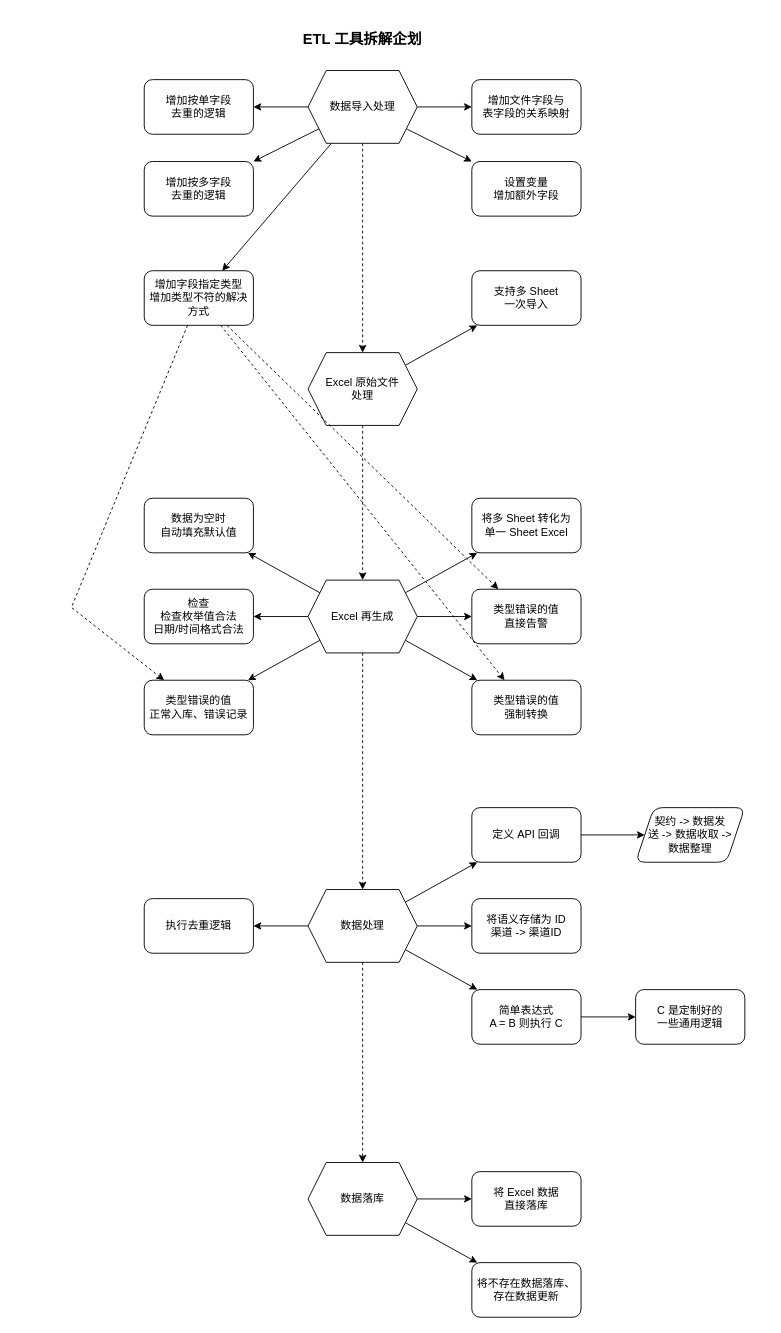
This is page "Golang'ETL" (8 of 8) of 结构分析.drawio from uiosun/diagrams, a draw.io file, before an edit. Source tidied: cells renumbered, new cells numbered last; positions are measured from the earlier drawing's top-left corner, leaving out a move shared by most shapes. Both pictures are drawn from the tidied source at 91%, with x=0, y=0 at pixel (71, 25).
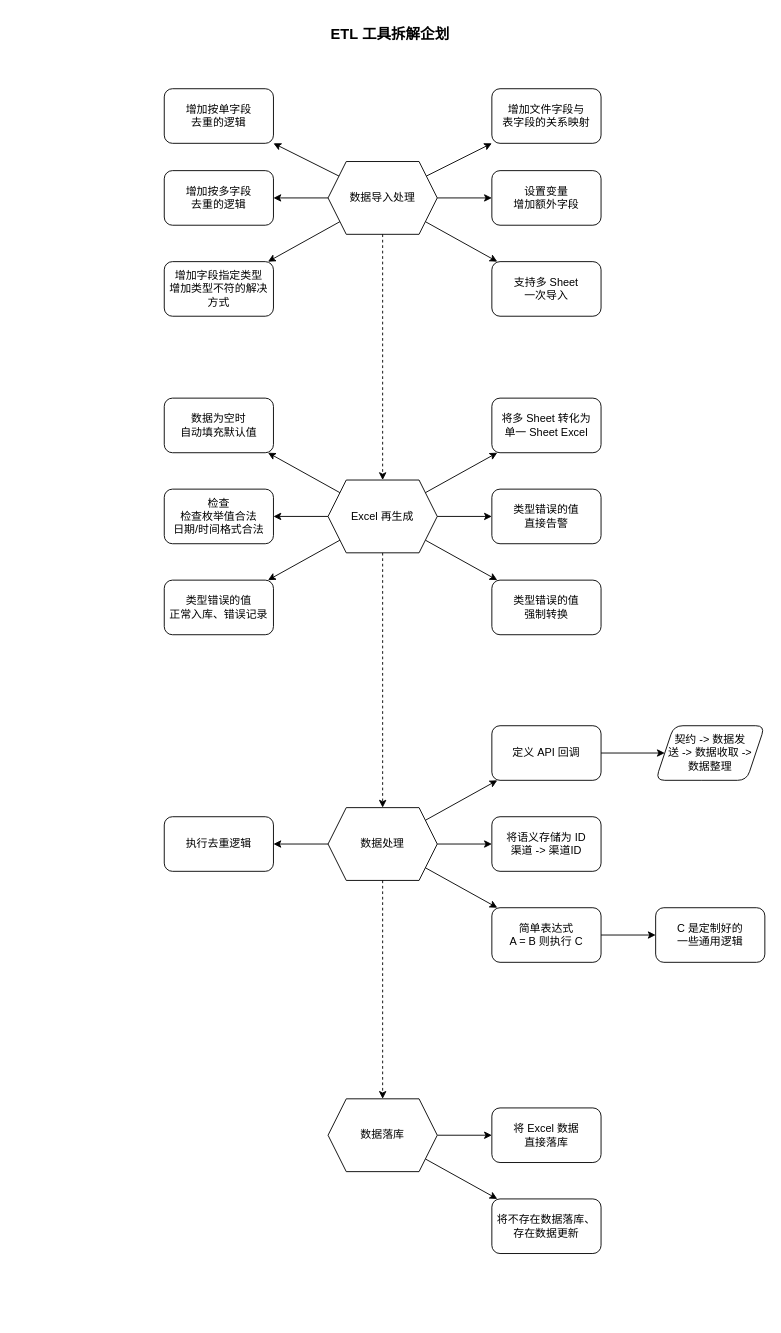
After the change.

Commit message:
ETL 规划更新

Change to the diagram source:
```diff
@@
     <mxCell id="4" value="&lt;font style=&quot;font-size: 16px;&quot;&gt;&lt;b&gt;ETL 工具拆解企划&lt;/b&gt;&lt;/font&gt;" style="text;html=1;strokeColor=none;fillColor=none;align=center;verticalAlign=middle;whiteSpace=wrap;rounded=0;" parent="1" vertex="1">
-      <mxGeometry x="25" width="590" height="30" as="geometry" />
+      <mxGeometry x="-61" y="-10" width="823" height="40" as="geometry" />
     </mxCell>
     <mxCell id="5" value="契约 -&amp;gt; 数据发&lt;br&gt;送 -&amp;gt; 数据收取 -&amp;gt;&lt;br&gt;数据整理" style="shape=parallelogram;perimeter=parallelogramPerimeter;whiteSpace=wrap;html=1;fixedSize=1;rounded=1;" parent="1" vertex="1">
-      <mxGeometry x="620" y="860" width="120" height="60" as="geometry" />
+      <mxGeometry x="642" y="770" width="120" height="60" as="geometry" />
     </mxCell>
     <mxCell id="6" value="设置变量&lt;br&gt;增加额外字段" style="rounded=1;whiteSpace=wrap;html=1;" parent="1" vertex="1">
-      <mxGeometry x="440" y="150" width="120" height="60" as="geometry" />
+      <mxGeometry x="462" y="160" width="120" height="60" as="geometry" />
     </mxCell>
     <mxCell id="7" value="执行去重逻辑" style="rounded=1;whiteSpace=wrap;html=1;" parent="1" vertex="1">
-      <mxGeometry x="80" y="960" width="120" height="60" as="geometry" />
+      <mxGeometry x="102" y="870" width="120" height="60" as="geometry" />
     </mxCell>
@@
     <mxCell id="9" value="简单表达式&lt;br&gt;A = B 则执行 C" style="rounded=1;whiteSpace=wrap;html=1;" parent="1" vertex="1">
-      <mxGeometry x="440" y="1060" width="120" height="60" as="geometry" />
+      <mxGeometry x="462" y="970" width="120" height="60" as="geometry" />
     </mxCell>
     <mxCell id="10" value="C 是定制好的&lt;br&gt;一些通用逻辑" style="rounded=1;whiteSpace=wrap;html=1;" parent="1" vertex="1">
-      <mxGeometry x="620" y="1060" width="120" height="60" as="geometry" />
+      <mxGeometry x="642" y="970" width="120" height="60" as="geometry" />
     </mxCell>
@@
     <mxCell id="12" value="定义 API 回调" style="rounded=1;whiteSpace=wrap;html=1;" parent="1" vertex="1">
-      <mxGeometry x="440" y="860" width="120" height="60" as="geometry" />
+      <mxGeometry x="462" y="770" width="120" height="60" as="geometry" />
     </mxCell>
     <mxCell id="13" value="&lt;div&gt;将语义存储为 ID&lt;/div&gt;&lt;div&gt;渠道 -&amp;gt; 渠道ID&lt;/div&gt;" style="rounded=1;whiteSpace=wrap;html=1;" parent="1" vertex="1">
-      <mxGeometry x="440" y="960" width="120" height="60" as="geometry" />
+      <mxGeometry x="462" y="870" width="120" height="60" as="geometry" />
     </mxCell>
@@
     <mxCell id="16" value="&lt;font style=&quot;font-size: 12px;&quot;&gt;数据处理&lt;/font&gt;" style="shape=hexagon;perimeter=hexagonPerimeter2;whiteSpace=wrap;html=1;fixedSize=1;fontFamily=Helvetica;fontSize=11;fontColor=default;" parent="1" vertex="1">
-      <mxGeometry x="260" y="950" width="120" height="80" as="geometry" />
+      <mxGeometry x="282" y="860" width="120" height="80" as="geometry" />
     </mxCell>
@@
-    <mxCell id="18" style="edgeStyle=none;shape=connector;rounded=0;jettySize=auto;html=1;labelBackgroundColor=default;strokeColor=default;fontFamily=Helvetica;fontSize=12;fontColor=default;endArrow=classic;" parent="1" edge="1" source="20" target="23">
+    <mxCell id="18" style="edgeStyle=none;shape=connector;rounded=0;jettySize=auto;html=1;labelBackgroundColor=default;strokeColor=default;fontFamily=Helvetica;fontSize=12;fontColor=default;endArrow=classic;" parent="1" edge="1" source="50" target="23">
       <mxGeometry relative="1" as="geometry" />
     </mxCell>
@@
-    <mxCell id="20" value="&lt;font style=&quot;font-size: 12px;&quot;&gt;Excel 原始文件&lt;br&gt;处理&lt;/font&gt;" style="shape=hexagon;perimeter=hexagonPerimeter2;whiteSpace=wrap;html=1;fixedSize=1;fontFamily=Helvetica;fontSize=11;fontColor=default;" parent="1" vertex="1">
-      <mxGeometry x="260" y="360" width="120" height="80" as="geometry" />
-    </mxCell>
@@
     <mxCell id="22" value="增加文件字段与&lt;br&gt;表字段的关系映射" style="rounded=1;whiteSpace=wrap;html=1;" parent="1" vertex="1">
-      <mxGeometry x="440" y="60" width="120" height="60" as="geometry" />
+      <mxGeometry x="462" y="70" width="120" height="60" as="geometry" />
     </mxCell>
     <mxCell id="23" value="支持多 Sheet&lt;br&gt;一次导入" style="rounded=1;whiteSpace=wrap;html=1;" parent="1" vertex="1">
-      <mxGeometry x="440" y="270" width="120" height="60" as="geometry" />
+      <mxGeometry x="462" y="260" width="120" height="60" as="geometry" />
     </mxCell>
-    <mxCell id="24" style="edgeStyle=none;shape=connector;rounded=0;jettySize=auto;html=1;labelBackgroundColor=default;strokeColor=default;fontFamily=Helvetica;fontSize=12;fontColor=default;endArrow=classic;dashed=1;" parent="1" edge="1" source="27" target="37">
-      <mxGeometry relative="1" as="geometry" />
-    </mxCell>
-    <mxCell id="25" style="edgeStyle=none;shape=connector;rounded=0;jettySize=auto;html=1;labelBackgroundColor=default;strokeColor=default;fontFamily=Helvetica;fontSize=12;fontColor=default;endArrow=classic;dashed=1;" parent="1" edge="1" source="27" target="38">
-      <mxGeometry relative="1" as="geometry" />
-    </mxCell>
-    <mxCell id="26" style="edgeStyle=none;shape=connector;rounded=0;jettySize=auto;html=1;labelBackgroundColor=default;strokeColor=default;fontFamily=Helvetica;fontSize=12;fontColor=default;endArrow=classic;dashed=1;" parent="1" edge="1" source="27" target="54">
-      <mxGeometry relative="1" as="geometry">
-        <Array as="points">
-          <mxPoint y="640" />
-        </Array>
-      </mxGeometry>
-    </mxCell>
     <mxCell id="27" value="增加字段指定类型&lt;br&gt;增加类型不符的解决方式" style="rounded=1;whiteSpace=wrap;html=1;fontFamily=Helvetica;fontSize=12;fontColor=default;" parent="1" vertex="1">
-      <mxGeometry x="80" y="270" width="120" height="60" as="geometry" />
+      <mxGeometry x="102" y="260" width="120" height="60" as="geometry" />
     </mxCell>
@@
     <mxCell id="32" value="&lt;font style=&quot;font-size: 12px;&quot;&gt;Excel 再生成&lt;/font&gt;" style="shape=hexagon;perimeter=hexagonPerimeter2;whiteSpace=wrap;html=1;fixedSize=1;fontFamily=Helvetica;fontSize=11;fontColor=default;" parent="1" vertex="1">
-      <mxGeometry x="260" y="610" width="120" height="80" as="geometry" />
+      <mxGeometry x="282" y="500" width="120" height="80" as="geometry" />
     </mxCell>
-    <mxCell id="33" style="edgeStyle=none;shape=connector;rounded=0;jettySize=auto;html=1;labelBackgroundColor=default;strokeColor=default;fontFamily=Helvetica;fontSize=12;fontColor=default;endArrow=classic;dashed=1;" parent="1" edge="1" source="20" target="32">
-      <mxGeometry relative="1" as="geometry" />
-    </mxCell>
@@
     <mxCell id="36" value="将多 Sheet 转化为&lt;br&gt;单一 Sheet&amp;nbsp;Excel" style="rounded=1;whiteSpace=wrap;html=1;" parent="1" vertex="1">
-      <mxGeometry x="440" y="520" width="120" height="60" as="geometry" />
+      <mxGeometry x="462" y="410" width="120" height="60" as="geometry" />
     </mxCell>
     <mxCell id="37" value="&lt;div&gt;类型错误&lt;span style=&quot;background-color: initial;&quot;&gt;的值&lt;/span&gt;&lt;/div&gt;&lt;div&gt;直接告警&lt;br&gt;&lt;/div&gt;" style="rounded=1;whiteSpace=wrap;html=1;" parent="1" vertex="1">
-      <mxGeometry x="440" y="620" width="120" height="60" as="geometry" />
+      <mxGeometry x="462" y="510" width="120" height="60" as="geometry" />
     </mxCell>
     <mxCell id="38" value="&lt;div&gt;&lt;/div&gt;类型错误的值&lt;br&gt;强制转换" style="rounded=1;whiteSpace=wrap;html=1;" parent="1" vertex="1">
-      <mxGeometry x="440" y="720" width="120" height="60" as="geometry" />
+      <mxGeometry x="462" y="610" width="120" height="60" as="geometry" />
     </mxCell>
     <mxCell id="39" value="数据为空时&lt;br&gt;自动填充默认值&lt;div&gt;&lt;/div&gt;" style="rounded=1;whiteSpace=wrap;html=1;" parent="1" vertex="1">
-      <mxGeometry x="80" y="520" width="120" height="60" as="geometry" />
+      <mxGeometry x="102" y="410" width="120" height="60" as="geometry" />
     </mxCell>
     <mxCell id="40" value="检查&lt;br&gt;检查枚举值合法&lt;br&gt;日期/时间格式合法&lt;div&gt;&lt;/div&gt;" style="rounded=1;whiteSpace=wrap;html=1;" parent="1" vertex="1">
-      <mxGeometry x="80" y="620" width="120" height="60" as="geometry" />
+      <mxGeometry x="102" y="510" width="120" height="60" as="geometry" />
     </mxCell>
@@
     <mxCell id="43" value="将 Excel 数据&lt;br&gt;直接落库" style="rounded=1;whiteSpace=wrap;html=1;" parent="1" vertex="1">
-      <mxGeometry x="440" y="1260" width="120" height="60" as="geometry" />
+      <mxGeometry x="462" y="1190" width="120" height="60" as="geometry" />
     </mxCell>
     <mxCell id="44" value="将不存在数据落库、存在数据更新" style="rounded=1;whiteSpace=wrap;html=1;" parent="1" vertex="1">
-      <mxGeometry x="440" y="1360" width="120" height="60" as="geometry" />
+      <mxGeometry x="462" y="1290" width="120" height="60" as="geometry" />
     </mxCell>
     <mxCell id="45" value="&lt;font style=&quot;font-size: 12px;&quot;&gt;数据落库&lt;/font&gt;" style="shape=hexagon;perimeter=hexagonPerimeter2;whiteSpace=wrap;html=1;fixedSize=1;fontFamily=Helvetica;fontSize=11;fontColor=default;" parent="1" vertex="1">
-      <mxGeometry x="260" y="1250" width="120" height="80" as="geometry" />
+      <mxGeometry x="282" y="1180" width="120" height="80" as="geometry" />
     </mxCell>
@@
     <mxCell id="50" value="&lt;span style=&quot;font-size: 12px;&quot;&gt;数据导入处理&lt;/span&gt;" style="shape=hexagon;perimeter=hexagonPerimeter2;whiteSpace=wrap;html=1;fixedSize=1;fontFamily=Helvetica;fontSize=11;fontColor=default;" parent="1" vertex="1">
-      <mxGeometry x="260" y="50" width="120" height="80" as="geometry" />
+      <mxGeometry x="282" y="150" width="120" height="80" as="geometry" />
     </mxCell>
-    <mxCell id="51" style="edgeStyle=none;shape=connector;rounded=0;jettySize=auto;html=1;labelBackgroundColor=default;strokeColor=default;fontFamily=Helvetica;fontSize=12;fontColor=default;endArrow=classic;dashed=1;" parent="1" edge="1" source="50" target="20">
+    <mxCell id="51" style="edgeStyle=none;shape=connector;rounded=0;jettySize=auto;html=1;labelBackgroundColor=default;strokeColor=default;fontFamily=Helvetica;fontSize=12;fontColor=default;endArrow=classic;dashed=1;" parent="1" edge="1" source="50" target="32">
       <mxGeometry relative="1" as="geometry" />
     </mxCell>
     <mxCell id="52" value="增加按单字段&lt;br&gt;去重的逻辑" style="rounded=1;whiteSpace=wrap;html=1;" parent="1" vertex="1">
-      <mxGeometry x="80" y="60" width="120" height="60" as="geometry" />
+      <mxGeometry x="102" y="70" width="120" height="60" as="geometry" />
     </mxCell>
     <mxCell id="53" value="增加按多字段&lt;br&gt;去重的逻辑" style="rounded=1;whiteSpace=wrap;html=1;" parent="1" vertex="1">
-      <mxGeometry x="80" y="150" width="120" height="60" as="geometry" />
+      <mxGeometry x="102" y="160" width="120" height="60" as="geometry" />
     </mxCell>
     <mxCell id="54" value="&lt;div&gt;类型错误的值&lt;/div&gt;正常入库、错误记录" style="rounded=1;whiteSpace=wrap;html=1;" parent="1" vertex="1">
-      <mxGeometry x="80" y="720" width="120" height="60" as="geometry" />
+      <mxGeometry x="102" y="610" width="120" height="60" as="geometry" />
     </mxCell>
```
